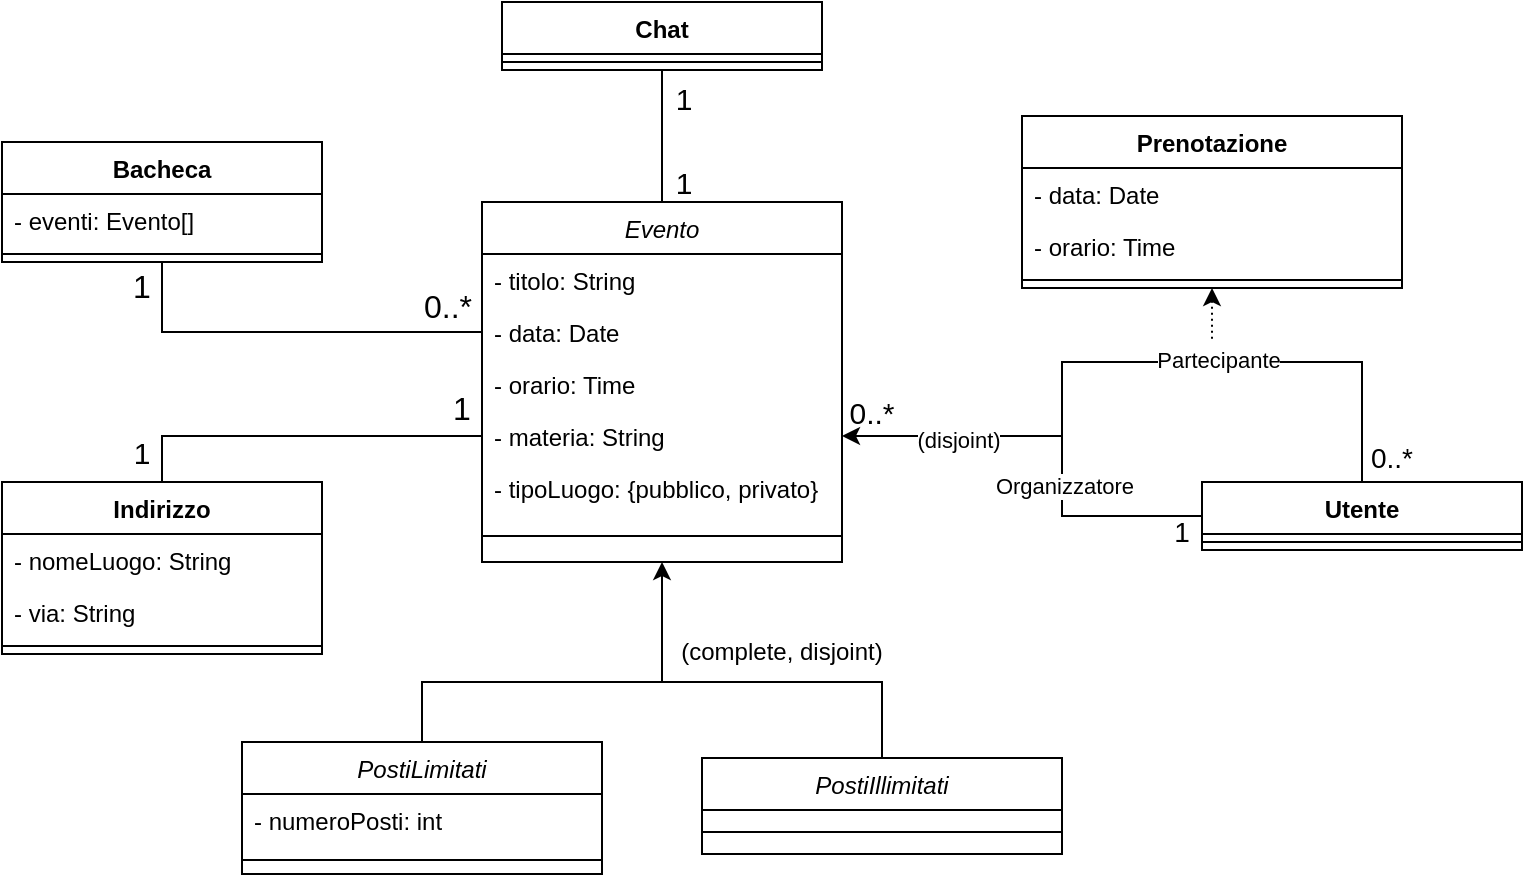
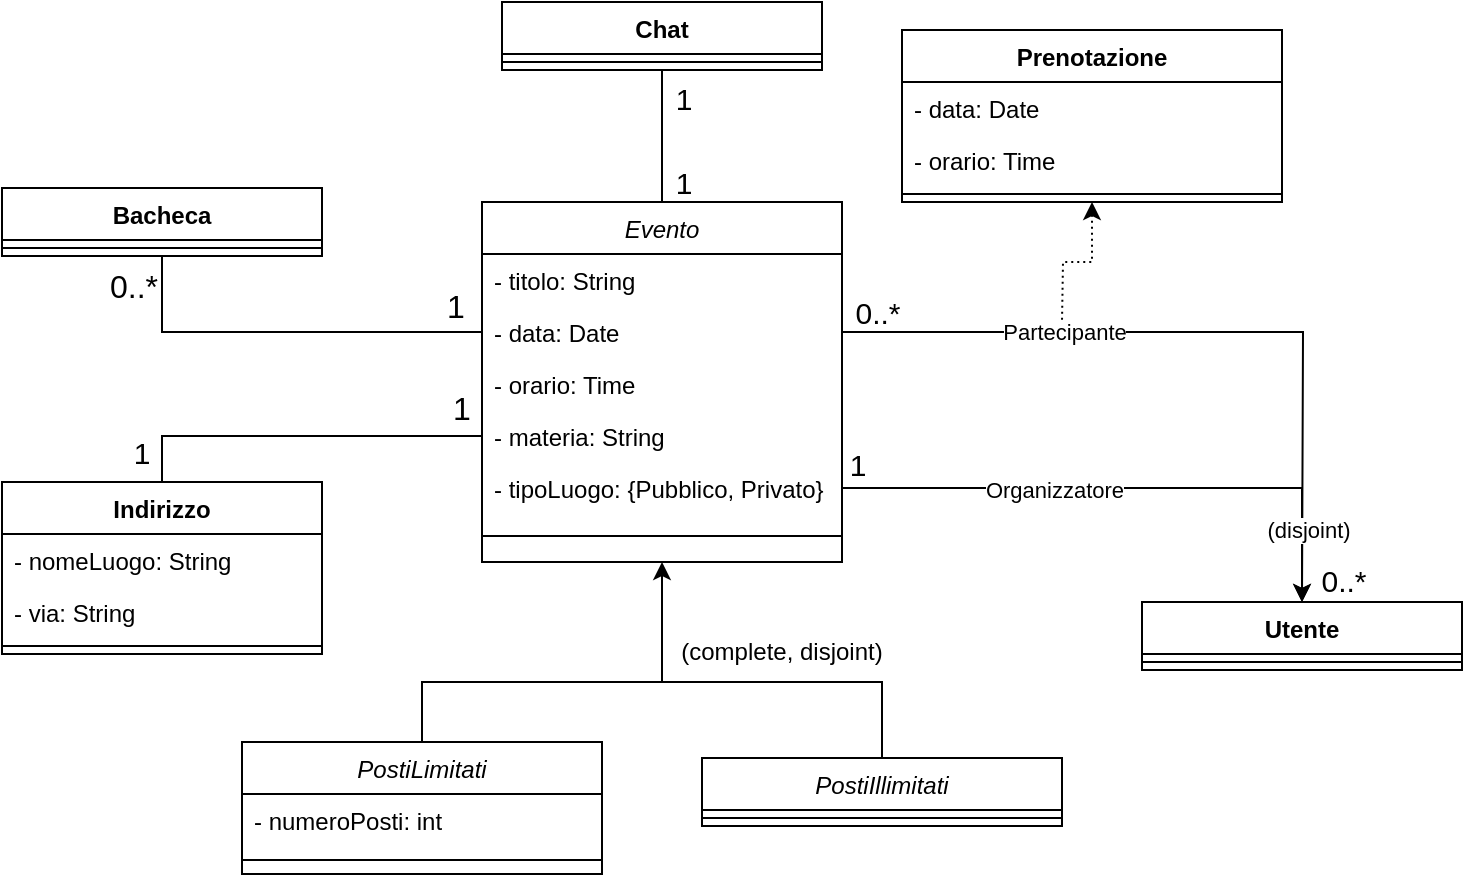
<mxfile host="app.diagrams.net">
  <diagram id="C5RBs43oDa-KdzZeNtuy" name="Page-1">
-     <mxGraphModel dx="1030" dy="527" grid="1" gridSize="10" guides="1" tooltips="1" connect="1" arrows="1" fold="1" page="1" pageScale="1" pageWidth="827" pageHeight="1169" math="0" shadow="0">
+     <mxGraphModel dx="896" dy="458" grid="1" gridSize="10" guides="1" tooltips="1" connect="1" arrows="1" fold="1" page="1" pageScale="1" pageWidth="827" pageHeight="1169" math="0" shadow="0">
      <root>
        <mxCell id="WIyWlLk6GJQsqaUBKTNV-0" />
        <mxCell id="WIyWlLk6GJQsqaUBKTNV-1" parent="WIyWlLk6GJQsqaUBKTNV-0" />
        <mxCell id="YcszxyqdBwKPzxCCbldQ-48" edge="1" parent="WIyWlLk6GJQsqaUBKTNV-1" style="edgeStyle=orthogonalEdgeStyle;rounded=0;orthogonalLoop=1;jettySize=auto;html=1;entryX=0.5;entryY=0;entryDx=0;entryDy=0;endArrow=none;endFill=0;" target="YcszxyqdBwKPzxCCbldQ-28">
          <mxGeometry relative="1" as="geometry">
            <Array as="points">
              <mxPoint x="380" y="370" />
              <mxPoint x="490" y="370" />
            </Array>
            <mxPoint x="380" y="370" as="sourcePoint" />
          </mxGeometry>
        </mxCell>
        <mxCell id="KmBhihFz0CNgSEcm0cJF-6" edge="1" parent="WIyWlLk6GJQsqaUBKTNV-1" source="zkfFHV4jXpPFQw0GAbJ--0" style="edgeStyle=orthogonalEdgeStyle;rounded=0;orthogonalLoop=1;jettySize=auto;html=1;exitX=0.5;exitY=0;exitDx=0;exitDy=0;entryX=0.5;entryY=1;entryDx=0;entryDy=0;endArrow=none;endFill=0;" target="YcszxyqdBwKPzxCCbldQ-22">
          <mxGeometry relative="1" as="geometry" />
        </mxCell>
        <mxCell id="zkfFHV4jXpPFQw0GAbJ--0" parent="WIyWlLk6GJQsqaUBKTNV-1" style="swimlane;fontStyle=2;align=center;verticalAlign=top;childLayout=stackLayout;horizontal=1;startSize=26;horizontalStack=0;resizeParent=1;resizeLast=0;collapsible=1;marginBottom=0;rounded=0;shadow=0;strokeWidth=1;" value="Evento" vertex="1">
          <mxGeometry height="180" width="180" x="290" y="130" as="geometry">
            <mxRectangle height="26" width="160" x="270" y="70" as="alternateBounds" />
          </mxGeometry>
        </mxCell>
        <mxCell id="zkfFHV4jXpPFQw0GAbJ--1" parent="zkfFHV4jXpPFQw0GAbJ--0" style="text;align=left;verticalAlign=top;spacingLeft=4;spacingRight=4;overflow=hidden;rotatable=0;points=[[0,0.5],[1,0.5]];portConstraint=eastwest;" value="- titolo: String" vertex="1">
          <mxGeometry height="26" width="180" y="26" as="geometry" />
        </mxCell>
+         <mxCell id="QE2u7S5_JqNKbWLhJAu7-6" edge="1" parent="zkfFHV4jXpPFQw0GAbJ--0" source="zkfFHV4jXpPFQw0GAbJ--3" style="edgeStyle=orthogonalEdgeStyle;rounded=0;orthogonalLoop=1;jettySize=auto;html=1;exitX=1;exitY=0.5;exitDx=0;exitDy=0;">
+           <mxGeometry relative="1" as="geometry">
+             <mxPoint x="410" y="200" as="targetPoint" />
+           </mxGeometry>
+         </mxCell>
+         <mxCell id="QE2u7S5_JqNKbWLhJAu7-8" connectable="0" parent="QE2u7S5_JqNKbWLhJAu7-6" style="edgeLabel;html=1;align=center;verticalAlign=middle;resizable=0;points=[];" value="Partecipante" vertex="1">
+           <mxGeometry relative="1" x="-0.3919" as="geometry">
+             <mxPoint as="offset" />
+           </mxGeometry>
+         </mxCell>
        <mxCell id="zkfFHV4jXpPFQw0GAbJ--3" parent="zkfFHV4jXpPFQw0GAbJ--0" style="text;align=left;verticalAlign=top;spacingLeft=4;spacingRight=4;overflow=hidden;rotatable=0;points=[[0,0.5],[1,0.5]];portConstraint=eastwest;rounded=0;shadow=0;html=0;" value="- data: Date" vertex="1">
          <mxGeometry height="26" width="180" y="52" as="geometry" />
        </mxCell>
        <mxCell id="YcszxyqdBwKPzxCCbldQ-1" parent="zkfFHV4jXpPFQw0GAbJ--0" style="text;align=left;verticalAlign=top;spacingLeft=4;spacingRight=4;overflow=hidden;rotatable=0;points=[[0,0.5],[1,0.5]];portConstraint=eastwest;rounded=0;shadow=0;html=0;" value="- orario: Time" vertex="1">
          <mxGeometry height="26" width="180" y="78" as="geometry" />
        </mxCell>
        <mxCell id="YcszxyqdBwKPzxCCbldQ-0" parent="zkfFHV4jXpPFQw0GAbJ--0" style="text;align=left;verticalAlign=top;spacingLeft=4;spacingRight=4;overflow=hidden;rotatable=0;points=[[0,0.5],[1,0.5]];portConstraint=eastwest;rounded=0;shadow=0;html=0;" value="- materia: String" vertex="1">
          <mxGeometry height="26" width="180" y="104" as="geometry" />
        </mxCell>
-         <mxCell id="YcszxyqdBwKPzxCCbldQ-2" parent="zkfFHV4jXpPFQw0GAbJ--0" style="text;align=left;verticalAlign=top;spacingLeft=4;spacingRight=4;overflow=hidden;rotatable=0;points=[[0,0.5],[1,0.5]];portConstraint=eastwest;rounded=0;shadow=0;html=0;" value="- tipoLuogo: {pubblico, privato}" vertex="1">
+         <mxCell id="YcszxyqdBwKPzxCCbldQ-2" parent="zkfFHV4jXpPFQw0GAbJ--0" style="text;align=left;verticalAlign=top;spacingLeft=4;spacingRight=4;overflow=hidden;rotatable=0;points=[[0,0.5],[1,0.5]];portConstraint=eastwest;rounded=0;shadow=0;html=0;" value="- tipoLuogo: {Pubblico, Privato}" vertex="1">
          <mxGeometry height="26" width="180" y="130" as="geometry" />
        </mxCell>
        <mxCell id="zkfFHV4jXpPFQw0GAbJ--4" parent="zkfFHV4jXpPFQw0GAbJ--0" style="line;html=1;strokeWidth=1;align=left;verticalAlign=middle;spacingTop=-1;spacingLeft=3;spacingRight=3;rotatable=0;labelPosition=right;points=[];portConstraint=eastwest;" value="" vertex="1">
          <mxGeometry height="22" width="180" y="156" as="geometry" />
        </mxCell>
        <mxCell id="YcszxyqdBwKPzxCCbldQ-63" edge="1" parent="WIyWlLk6GJQsqaUBKTNV-1" source="YcszxyqdBwKPzxCCbldQ-5" style="edgeStyle=orthogonalEdgeStyle;rounded=0;orthogonalLoop=1;jettySize=auto;html=1;entryX=0;entryY=0.5;entryDx=0;entryDy=0;endArrow=none;endFill=0;" target="YcszxyqdBwKPzxCCbldQ-0" value="">
          <mxGeometry relative="1" as="geometry" />
        </mxCell>
        <mxCell id="YcszxyqdBwKPzxCCbldQ-5" parent="WIyWlLk6GJQsqaUBKTNV-1" style="swimlane;fontStyle=1;align=center;verticalAlign=top;childLayout=stackLayout;horizontal=1;startSize=26;horizontalStack=0;resizeParent=1;resizeParentMax=0;resizeLast=0;collapsible=1;marginBottom=0;whiteSpace=wrap;html=1;" value="Indirizzo" vertex="1">
          <mxGeometry height="86" width="160" x="50" y="270" as="geometry" />
        </mxCell>
        <mxCell id="YcszxyqdBwKPzxCCbldQ-6" parent="YcszxyqdBwKPzxCCbldQ-5" style="text;strokeColor=none;fillColor=none;align=left;verticalAlign=top;spacingLeft=4;spacingRight=4;overflow=hidden;rotatable=0;points=[[0,0.5],[1,0.5]];portConstraint=eastwest;whiteSpace=wrap;html=1;" value="- nomeLuogo: String" vertex="1">
          <mxGeometry height="26" width="160" y="26" as="geometry" />
        </mxCell>
        <mxCell id="YcszxyqdBwKPzxCCbldQ-9" parent="YcszxyqdBwKPzxCCbldQ-5" style="text;strokeColor=none;fillColor=none;align=left;verticalAlign=top;spacingLeft=4;spacingRight=4;overflow=hidden;rotatable=0;points=[[0,0.5],[1,0.5]];portConstraint=eastwest;whiteSpace=wrap;html=1;" value="- via: String" vertex="1">
          <mxGeometry height="26" width="160" y="52" as="geometry" />
        </mxCell>
        <mxCell id="YcszxyqdBwKPzxCCbldQ-7" parent="YcszxyqdBwKPzxCCbldQ-5" style="line;strokeWidth=1;fillColor=none;align=left;verticalAlign=middle;spacingTop=-1;spacingLeft=3;spacingRight=3;rotatable=0;labelPosition=right;points=[];portConstraint=eastwest;strokeColor=inherit;" value="" vertex="1">
          <mxGeometry height="8" width="160" y="78" as="geometry" />
        </mxCell>
        <mxCell id="KmBhihFz0CNgSEcm0cJF-3" edge="1" parent="WIyWlLk6GJQsqaUBKTNV-1" source="YcszxyqdBwKPzxCCbldQ-10" style="edgeStyle=orthogonalEdgeStyle;rounded=0;orthogonalLoop=1;jettySize=auto;html=1;exitX=0.5;exitY=1;exitDx=0;exitDy=0;entryX=0;entryY=0.5;entryDx=0;entryDy=0;endArrow=none;endFill=0;" target="zkfFHV4jXpPFQw0GAbJ--3">
          <mxGeometry relative="1" as="geometry" />
        </mxCell>
-         <mxCell id="YcszxyqdBwKPzxCCbldQ-10" parent="WIyWlLk6GJQsqaUBKTNV-1" style="swimlane;fontStyle=1;align=center;verticalAlign=top;childLayout=stackLayout;horizontal=1;startSize=26;horizontalStack=0;resizeParent=1;resizeParentMax=0;resizeLast=0;collapsible=1;marginBottom=0;whiteSpace=wrap;html=1;" value="Bacheca" vertex="1">
-           <mxGeometry height="60" width="160" x="50" y="100" as="geometry" />
-         </mxCell>
-         <mxCell id="YcszxyqdBwKPzxCCbldQ-11" parent="YcszxyqdBwKPzxCCbldQ-10" style="text;strokeColor=none;fillColor=none;align=left;verticalAlign=top;spacingLeft=4;spacingRight=4;overflow=hidden;rotatable=0;points=[[0,0.5],[1,0.5]];portConstraint=eastwest;whiteSpace=wrap;html=1;" value="- eventi: Evento[]" vertex="1">
-           <mxGeometry height="26" width="160" y="26" as="geometry" />
+         <mxCell id="YcszxyqdBwKPzxCCbldQ-10" parent="WIyWlLk6GJQsqaUBKTNV-1" style="swimlane;fontStyle=1;align=center;verticalAlign=top;childLayout=stackLayout;horizontal=1;startSize=26;horizontalStack=0;resizeParent=1;resizeParentMax=0;resizeLast=0;collapsible=1;marginBottom=0;whiteSpace=wrap;html=1;shadow=0;" value="Bacheca" vertex="1">
+           <mxGeometry height="34" width="160" x="50" y="123" as="geometry" />
        </mxCell>
        <mxCell id="YcszxyqdBwKPzxCCbldQ-12" parent="YcszxyqdBwKPzxCCbldQ-10" style="line;strokeWidth=1;fillColor=none;align=left;verticalAlign=middle;spacingTop=-1;spacingLeft=3;spacingRight=3;rotatable=0;labelPosition=right;points=[];portConstraint=eastwest;strokeColor=inherit;" value="" vertex="1">
-           <mxGeometry height="8" width="160" y="52" as="geometry" />
-         </mxCell>
-         <mxCell id="YcszxyqdBwKPzxCCbldQ-55" edge="1" parent="WIyWlLk6GJQsqaUBKTNV-1" source="YcszxyqdBwKPzxCCbldQ-14" style="edgeStyle=orthogonalEdgeStyle;rounded=0;orthogonalLoop=1;jettySize=auto;html=1;exitX=0.5;exitY=0;exitDx=0;exitDy=0;endArrow=none;endFill=0;startArrow=none;startFill=0;">
-           <mxGeometry relative="1" as="geometry">
-             <Array as="points">
-               <mxPoint x="730" y="210" />
-               <mxPoint x="580" y="210" />
-             </Array>
-             <mxPoint x="580" y="250" as="targetPoint" />
-           </mxGeometry>
-         </mxCell>
-         <mxCell id="YcszxyqdBwKPzxCCbldQ-58" connectable="0" parent="YcszxyqdBwKPzxCCbldQ-55" style="edgeLabel;html=1;align=center;verticalAlign=middle;resizable=0;points=[];" value="Partecipante" vertex="1">
-           <mxGeometry relative="1" x="0.0581" as="geometry">
-             <mxPoint y="-1" as="offset" />
-           </mxGeometry>
+           <mxGeometry height="8" width="160" y="26" as="geometry" />
        </mxCell>
        <mxCell id="YcszxyqdBwKPzxCCbldQ-14" parent="WIyWlLk6GJQsqaUBKTNV-1" style="swimlane;fontStyle=1;align=center;verticalAlign=top;childLayout=stackLayout;horizontal=1;startSize=26;horizontalStack=0;resizeParent=1;resizeParentMax=0;resizeLast=0;collapsible=1;marginBottom=0;whiteSpace=wrap;html=1;" value="Utente" vertex="1">
-           <mxGeometry height="34" width="160" x="650" y="270" as="geometry" />
+           <mxGeometry height="34" width="160" x="620" y="330" as="geometry" />
        </mxCell>
        <mxCell id="YcszxyqdBwKPzxCCbldQ-16" parent="YcszxyqdBwKPzxCCbldQ-14" style="line;strokeWidth=1;fillColor=none;align=left;verticalAlign=middle;spacingTop=-1;spacingLeft=3;spacingRight=3;rotatable=0;labelPosition=right;points=[];portConstraint=eastwest;strokeColor=inherit;" value="" vertex="1">
          <mxGeometry height="8" width="160" y="26" as="geometry" />
        </mxCell>
-         <mxCell id="YcszxyqdBwKPzxCCbldQ-59" edge="1" parent="WIyWlLk6GJQsqaUBKTNV-1" source="YcszxyqdBwKPzxCCbldQ-18" style="edgeStyle=orthogonalEdgeStyle;rounded=0;orthogonalLoop=1;jettySize=auto;html=1;exitX=0.5;exitY=1;exitDx=0;exitDy=0;startArrow=classic;startFill=1;endArrow=none;endFill=0;dashed=1;dashPattern=1 2;">
+         <mxCell id="QE2u7S5_JqNKbWLhJAu7-10" edge="1" parent="WIyWlLk6GJQsqaUBKTNV-1" source="YcszxyqdBwKPzxCCbldQ-18" style="edgeStyle=orthogonalEdgeStyle;rounded=0;orthogonalLoop=1;jettySize=auto;html=1;exitX=0.5;exitY=1;exitDx=0;exitDy=0;startArrow=classic;startFill=1;endArrow=none;endFill=0;dashed=1;dashPattern=1 2;">
          <mxGeometry relative="1" as="geometry">
-             <mxPoint x="655" y="200" as="targetPoint" />
+             <mxPoint x="580" y="190" as="targetPoint" />
          </mxGeometry>
        </mxCell>
        <mxCell id="YcszxyqdBwKPzxCCbldQ-18" parent="WIyWlLk6GJQsqaUBKTNV-1" style="swimlane;fontStyle=1;align=center;verticalAlign=top;childLayout=stackLayout;horizontal=1;startSize=26;horizontalStack=0;resizeParent=1;resizeParentMax=0;resizeLast=0;collapsible=1;marginBottom=0;whiteSpace=wrap;html=1;fontColor=light-dark(#000000,#FF0000);" value="&lt;font style=&quot;color: light-dark(rgb(0, 0, 0), rgb(255, 255, 255));&quot;&gt;Prenotazione&lt;/font&gt;" vertex="1">
-           <mxGeometry height="86" width="190" x="560" y="87" as="geometry" />
+           <mxGeometry height="86" width="190" x="500" y="44" as="geometry" />
        </mxCell>
        <mxCell id="YcszxyqdBwKPzxCCbldQ-19" parent="YcszxyqdBwKPzxCCbldQ-18" style="text;strokeColor=none;fillColor=none;align=left;verticalAlign=top;spacingLeft=4;spacingRight=4;overflow=hidden;rotatable=0;points=[[0,0.5],[1,0.5]];portConstraint=eastwest;whiteSpace=wrap;html=1;" value="- data: Date" vertex="1">
          <mxGeometry height="26" width="190" y="26" as="geometry" />
        </mxCell>
        <mxCell id="KmBhihFz0CNgSEcm0cJF-9" parent="YcszxyqdBwKPzxCCbldQ-18" style="text;align=left;verticalAlign=top;spacingLeft=4;spacingRight=4;overflow=hidden;rotatable=0;points=[[0,0.5],[1,0.5]];portConstraint=eastwest;rounded=0;shadow=0;html=0;" value="- orario: Time" vertex="1">
          <mxGeometry height="26" width="190" y="52" as="geometry" />
        </mxCell>
        <mxCell id="YcszxyqdBwKPzxCCbldQ-20" parent="YcszxyqdBwKPzxCCbldQ-18" style="line;strokeWidth=1;fillColor=none;align=left;verticalAlign=middle;spacingTop=-1;spacingLeft=3;spacingRight=3;rotatable=0;labelPosition=right;points=[];portConstraint=eastwest;strokeColor=inherit;" value="" vertex="1">
          <mxGeometry height="8" width="190" y="78" as="geometry" />
        </mxCell>
        <mxCell id="YcszxyqdBwKPzxCCbldQ-22" parent="WIyWlLk6GJQsqaUBKTNV-1" style="swimlane;fontStyle=1;align=center;verticalAlign=top;childLayout=stackLayout;horizontal=1;startSize=26;horizontalStack=0;resizeParent=1;resizeParentMax=0;resizeLast=0;collapsible=1;marginBottom=0;whiteSpace=wrap;html=1;" value="Chat" vertex="1">
          <mxGeometry height="34" width="160" x="300" y="30" as="geometry" />
        </mxCell>
        <mxCell id="YcszxyqdBwKPzxCCbldQ-24" parent="YcszxyqdBwKPzxCCbldQ-22" style="line;strokeWidth=1;fillColor=none;align=left;verticalAlign=middle;spacingTop=-1;spacingLeft=3;spacingRight=3;rotatable=0;labelPosition=right;points=[];portConstraint=eastwest;strokeColor=inherit;" value="" vertex="1">
          <mxGeometry height="8" width="160" y="26" as="geometry" />
        </mxCell>
        <mxCell id="YcszxyqdBwKPzxCCbldQ-28" parent="WIyWlLk6GJQsqaUBKTNV-1" style="swimlane;fontStyle=2;align=center;verticalAlign=top;childLayout=stackLayout;horizontal=1;startSize=26;horizontalStack=0;resizeParent=1;resizeLast=0;collapsible=1;marginBottom=0;rounded=0;shadow=0;strokeWidth=1;" value="PostiIllimitati" vertex="1">
-           <mxGeometry height="48" width="180" x="400" y="408" as="geometry">
+           <mxGeometry height="34" width="180" x="400" y="408" as="geometry">
            <mxRectangle height="26" width="160" x="270" y="70" as="alternateBounds" />
          </mxGeometry>
        </mxCell>
        <mxCell id="YcszxyqdBwKPzxCCbldQ-35" parent="YcszxyqdBwKPzxCCbldQ-28" style="line;html=1;strokeWidth=1;align=left;verticalAlign=middle;spacingTop=-1;spacingLeft=3;spacingRight=3;rotatable=0;labelPosition=right;points=[];portConstraint=eastwest;" value="" vertex="1">
-           <mxGeometry height="22" width="180" y="26" as="geometry" />
+           <mxGeometry height="8" width="180" y="26" as="geometry" />
        </mxCell>
        <mxCell id="YcszxyqdBwKPzxCCbldQ-46" edge="1" parent="WIyWlLk6GJQsqaUBKTNV-1" source="YcszxyqdBwKPzxCCbldQ-36" style="edgeStyle=orthogonalEdgeStyle;rounded=0;orthogonalLoop=1;jettySize=auto;html=1;exitX=0.5;exitY=0;exitDx=0;exitDy=0;">
          <mxGeometry relative="1" as="geometry">
            <Array as="points">
              <mxPoint x="260" y="370" />
              <mxPoint x="380" y="370" />
            </Array>
            <mxPoint x="380" y="310" as="targetPoint" />
          </mxGeometry>
        </mxCell>
        <mxCell id="YcszxyqdBwKPzxCCbldQ-36" parent="WIyWlLk6GJQsqaUBKTNV-1" style="swimlane;fontStyle=2;align=center;verticalAlign=top;childLayout=stackLayout;horizontal=1;startSize=26;horizontalStack=0;resizeParent=1;resizeLast=0;collapsible=1;marginBottom=0;rounded=0;shadow=0;strokeWidth=1;" value="PostiLimitati" vertex="1">
          <mxGeometry height="66" width="180" x="170" y="400" as="geometry">
            <mxRectangle height="26" width="160" x="270" y="70" as="alternateBounds" />
          </mxGeometry>
        </mxCell>
        <mxCell id="YcszxyqdBwKPzxCCbldQ-45" parent="YcszxyqdBwKPzxCCbldQ-36" style="text;align=left;verticalAlign=top;spacingLeft=4;spacingRight=4;overflow=hidden;rotatable=0;points=[[0,0.5],[1,0.5]];portConstraint=eastwest;rounded=0;shadow=0;html=0;" value="- numeroPosti: int" vertex="1">
          <mxGeometry height="26" width="180" y="26" as="geometry" />
        </mxCell>
        <mxCell id="YcszxyqdBwKPzxCCbldQ-43" parent="YcszxyqdBwKPzxCCbldQ-36" style="line;html=1;strokeWidth=1;align=left;verticalAlign=middle;spacingTop=-1;spacingLeft=3;spacingRight=3;rotatable=0;labelPosition=right;points=[];portConstraint=eastwest;" value="" vertex="1">
          <mxGeometry height="14" width="180" y="52" as="geometry" />
        </mxCell>
        <mxCell id="YcszxyqdBwKPzxCCbldQ-49" parent="WIyWlLk6GJQsqaUBKTNV-1" style="text;html=1;whiteSpace=wrap;strokeColor=none;fillColor=none;align=center;verticalAlign=middle;rounded=0;" value="(complete, disjoint)" vertex="1">
          <mxGeometry height="30" width="120" x="380" y="340" as="geometry" />
        </mxCell>
-         <mxCell id="YcszxyqdBwKPzxCCbldQ-51" edge="1" parent="WIyWlLk6GJQsqaUBKTNV-1" source="YcszxyqdBwKPzxCCbldQ-0" style="edgeStyle=orthogonalEdgeStyle;rounded=0;orthogonalLoop=1;jettySize=auto;html=1;exitX=1;exitY=0.5;exitDx=0;exitDy=0;entryX=0;entryY=0.5;entryDx=0;entryDy=0;startArrow=classic;startFill=1;endArrow=none;endFill=0;" target="YcszxyqdBwKPzxCCbldQ-14">
-           <mxGeometry relative="1" as="geometry">
-             <Array as="points">
-               <mxPoint x="580" y="247" />
-               <mxPoint x="580" y="287" />
-             </Array>
-           </mxGeometry>
-         </mxCell>
-         <mxCell id="YcszxyqdBwKPzxCCbldQ-54" connectable="0" parent="YcszxyqdBwKPzxCCbldQ-51" style="edgeLabel;html=1;align=center;verticalAlign=middle;resizable=0;points=[];" value="(disjoint)" vertex="1">
-           <mxGeometry relative="1" x="-0.4727" y="-2" as="geometry">
-             <mxPoint as="offset" />
-           </mxGeometry>
-         </mxCell>
-         <mxCell id="YcszxyqdBwKPzxCCbldQ-57" connectable="0" parent="YcszxyqdBwKPzxCCbldQ-51" style="edgeLabel;html=1;align=center;verticalAlign=middle;resizable=0;points=[];" value="Organizzatore" vertex="1">
-           <mxGeometry relative="1" x="0.2236" y="1" as="geometry">
-             <mxPoint as="offset" />
-           </mxGeometry>
-         </mxCell>
-         <mxCell id="YcszxyqdBwKPzxCCbldQ-60" parent="WIyWlLk6GJQsqaUBKTNV-1" style="text;html=1;whiteSpace=wrap;strokeColor=none;fillColor=none;align=center;verticalAlign=middle;rounded=0;" value="&lt;font style=&quot;font-size: 14px;&quot;&gt;1&lt;/font&gt;" vertex="1">
-           <mxGeometry height="30" width="60" x="610" y="280" as="geometry" />
-         </mxCell>
-         <mxCell id="YcszxyqdBwKPzxCCbldQ-61" parent="WIyWlLk6GJQsqaUBKTNV-1" style="text;html=1;whiteSpace=wrap;strokeColor=none;fillColor=none;align=center;verticalAlign=middle;rounded=0;" value="&lt;font style=&quot;font-size: 14px;&quot;&gt;0..*&lt;/font&gt;" vertex="1">
-           <mxGeometry height="30" width="60" x="715" y="243" as="geometry" />
-         </mxCell>
-         <mxCell id="YcszxyqdBwKPzxCCbldQ-62" parent="WIyWlLk6GJQsqaUBKTNV-1" style="text;html=1;whiteSpace=wrap;strokeColor=none;fillColor=none;align=center;verticalAlign=middle;rounded=0;" value="&lt;font style=&quot;font-size: 15px;&quot;&gt;0..*&lt;/font&gt;" vertex="1">
-           <mxGeometry height="30" width="60" x="455" y="220" as="geometry" />
-         </mxCell>
        <mxCell id="KmBhihFz0CNgSEcm0cJF-0" parent="WIyWlLk6GJQsqaUBKTNV-1" style="text;html=1;whiteSpace=wrap;strokeColor=none;fillColor=none;align=center;verticalAlign=middle;rounded=0;" value="&lt;font style=&quot;font-size: 15px;&quot;&gt;1&lt;/font&gt;" vertex="1">
          <mxGeometry height="30" width="60" x="90" y="240" as="geometry" />
        </mxCell>
        <mxCell id="KmBhihFz0CNgSEcm0cJF-1" parent="WIyWlLk6GJQsqaUBKTNV-1" style="text;html=1;whiteSpace=wrap;strokeColor=none;fillColor=none;align=center;verticalAlign=middle;rounded=0;" value="&lt;font style=&quot;font-size: 16px;&quot;&gt;1&lt;/font&gt;" vertex="1">
          <mxGeometry height="30" width="60" x="250" y="218" as="geometry" />
        </mxCell>
-         <mxCell id="KmBhihFz0CNgSEcm0cJF-4" parent="WIyWlLk6GJQsqaUBKTNV-1" style="text;html=1;whiteSpace=wrap;strokeColor=none;fillColor=none;align=center;verticalAlign=middle;rounded=0;" value="&lt;font style=&quot;font-size: 16px;&quot;&gt;1&lt;/font&gt;" vertex="1">
-           <mxGeometry height="30" width="60" x="90" y="157" as="geometry" />
+         <mxCell id="KmBhihFz0CNgSEcm0cJF-4" parent="WIyWlLk6GJQsqaUBKTNV-1" style="text;html=1;whiteSpace=wrap;strokeColor=none;fillColor=none;align=center;verticalAlign=middle;rounded=0;" value="&lt;font style=&quot;font-size: 16px;&quot;&gt;0..*&lt;/font&gt;" vertex="1">
+           <mxGeometry height="30" width="60" x="86" y="157" as="geometry" />
        </mxCell>
-         <mxCell id="KmBhihFz0CNgSEcm0cJF-5" parent="WIyWlLk6GJQsqaUBKTNV-1" style="text;html=1;whiteSpace=wrap;strokeColor=none;fillColor=none;align=center;verticalAlign=middle;rounded=0;" value="&lt;font style=&quot;font-size: 16px;&quot;&gt;0..*&lt;/font&gt;" vertex="1">
-           <mxGeometry height="30" width="60" x="243" y="167" as="geometry" />
+         <mxCell id="KmBhihFz0CNgSEcm0cJF-5" parent="WIyWlLk6GJQsqaUBKTNV-1" style="text;html=1;whiteSpace=wrap;strokeColor=none;fillColor=none;align=center;verticalAlign=middle;rounded=0;" value="&lt;font style=&quot;font-size: 16px;&quot;&gt;1&lt;/font&gt;" vertex="1">
+           <mxGeometry height="30" width="60" x="247" y="167" as="geometry" />
        </mxCell>
        <mxCell id="KmBhihFz0CNgSEcm0cJF-7" parent="WIyWlLk6GJQsqaUBKTNV-1" style="text;html=1;whiteSpace=wrap;strokeColor=none;fillColor=none;align=center;verticalAlign=middle;rounded=0;" value="&lt;font style=&quot;font-size: 15px;&quot;&gt;1&lt;/font&gt;" vertex="1">
          <mxGeometry height="30" width="60" x="361" y="63" as="geometry" />
        </mxCell>
        <mxCell id="KmBhihFz0CNgSEcm0cJF-8" parent="WIyWlLk6GJQsqaUBKTNV-1" style="text;html=1;whiteSpace=wrap;strokeColor=none;fillColor=none;align=center;verticalAlign=middle;rounded=0;" value="&lt;font style=&quot;font-size: 15px;&quot;&gt;1&lt;/font&gt;" vertex="1">
          <mxGeometry height="30" width="60" x="361" y="105" as="geometry" />
        </mxCell>
+         <mxCell id="QE2u7S5_JqNKbWLhJAu7-5" edge="1" parent="WIyWlLk6GJQsqaUBKTNV-1" source="YcszxyqdBwKPzxCCbldQ-2" style="edgeStyle=orthogonalEdgeStyle;rounded=0;orthogonalLoop=1;jettySize=auto;html=1;exitX=1;exitY=0.5;exitDx=0;exitDy=0;" target="YcszxyqdBwKPzxCCbldQ-14">
+           <mxGeometry relative="1" as="geometry" />
+         </mxCell>
+         <mxCell id="QE2u7S5_JqNKbWLhJAu7-7" connectable="0" parent="QE2u7S5_JqNKbWLhJAu7-5" style="edgeLabel;html=1;align=center;verticalAlign=middle;resizable=0;points=[];" value="(disjoint)" vertex="1">
+           <mxGeometry relative="1" x="0.8071" y="3" as="geometry">
+             <mxPoint y="-9" as="offset" />
+           </mxGeometry>
+         </mxCell>
+         <mxCell id="QE2u7S5_JqNKbWLhJAu7-9" connectable="0" parent="QE2u7S5_JqNKbWLhJAu7-5" style="edgeLabel;html=1;align=center;verticalAlign=middle;resizable=0;points=[];" value="Organizzatore" vertex="1">
+           <mxGeometry relative="1" x="-0.2657" y="-1" as="geometry">
+             <mxPoint as="offset" />
+           </mxGeometry>
+         </mxCell>
+         <mxCell id="QE2u7S5_JqNKbWLhJAu7-11" parent="WIyWlLk6GJQsqaUBKTNV-1" style="text;html=1;whiteSpace=wrap;strokeColor=none;fillColor=none;align=center;verticalAlign=middle;rounded=0;" value="&lt;font style=&quot;font-size: 15px;&quot;&gt;0..*&lt;/font&gt;" vertex="1">
+           <mxGeometry height="30" width="60" x="458" y="170" as="geometry" />
+         </mxCell>
+         <mxCell id="QE2u7S5_JqNKbWLhJAu7-12" parent="WIyWlLk6GJQsqaUBKTNV-1" style="text;html=1;whiteSpace=wrap;strokeColor=none;fillColor=none;align=center;verticalAlign=middle;rounded=0;" value="&lt;font style=&quot;font-size: 15px;&quot;&gt;1&lt;/font&gt;" vertex="1">
+           <mxGeometry height="30" width="60" x="448" y="246" as="geometry" />
+         </mxCell>
+         <mxCell id="QE2u7S5_JqNKbWLhJAu7-13" parent="WIyWlLk6GJQsqaUBKTNV-1" style="text;html=1;whiteSpace=wrap;strokeColor=none;fillColor=none;align=center;verticalAlign=middle;rounded=0;" value="&lt;font style=&quot;font-size: 15px;&quot;&gt;0..*&lt;/font&gt;" vertex="1">
+           <mxGeometry height="30" width="60" x="691" y="304" as="geometry" />
+         </mxCell>
      </root>
    </mxGraphModel>
  </diagram>
</mxfile>
